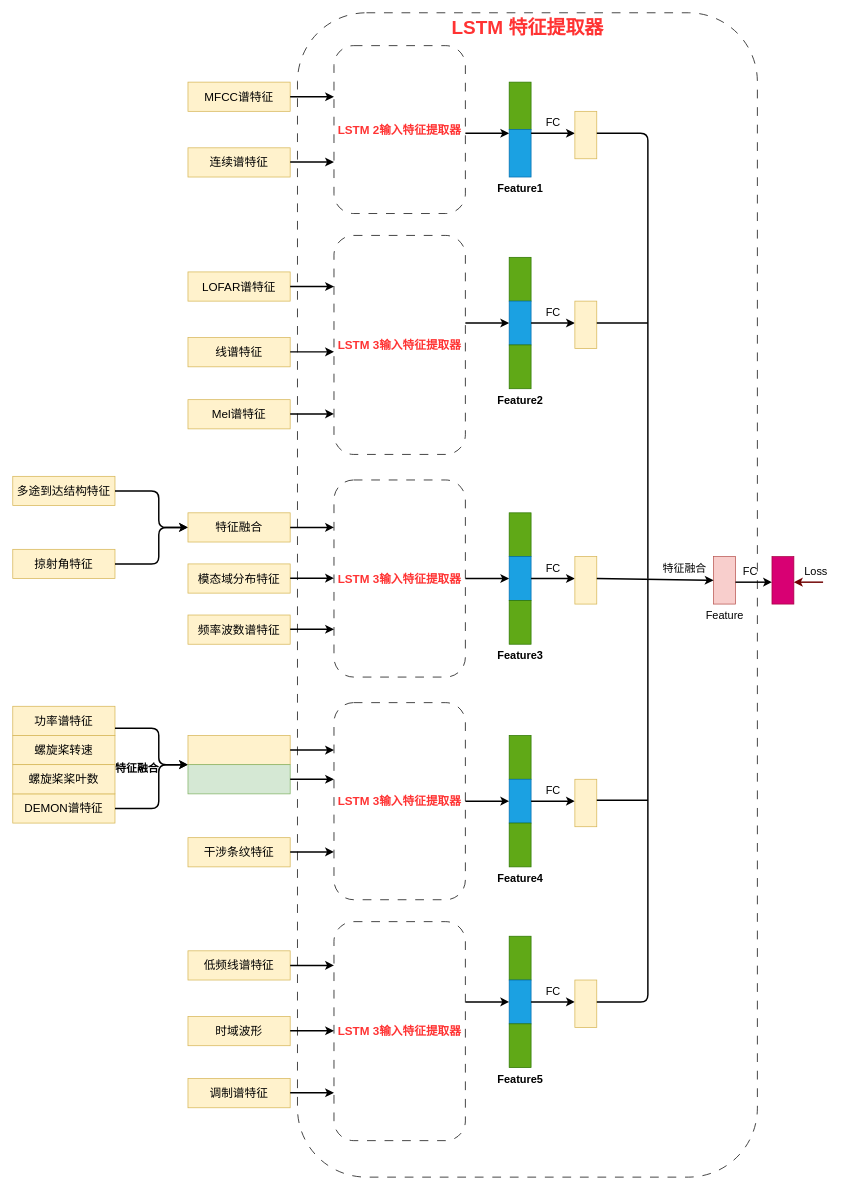
This is page "LSTM 特征提取器" (3 of 3) of 水下目标提取标书/LSTM特征提取.drawio from Corner430/drawio, a draw.io file, before an edit. Source tidied: cells renumbered, new cells numbered last; positions are measured from the earlier drawing's top-left corner, leaving out a move shared by most shapes. Both pictures are drawn from the tidied source at 73%, with x=0, y=0 at pixel (12, 12).
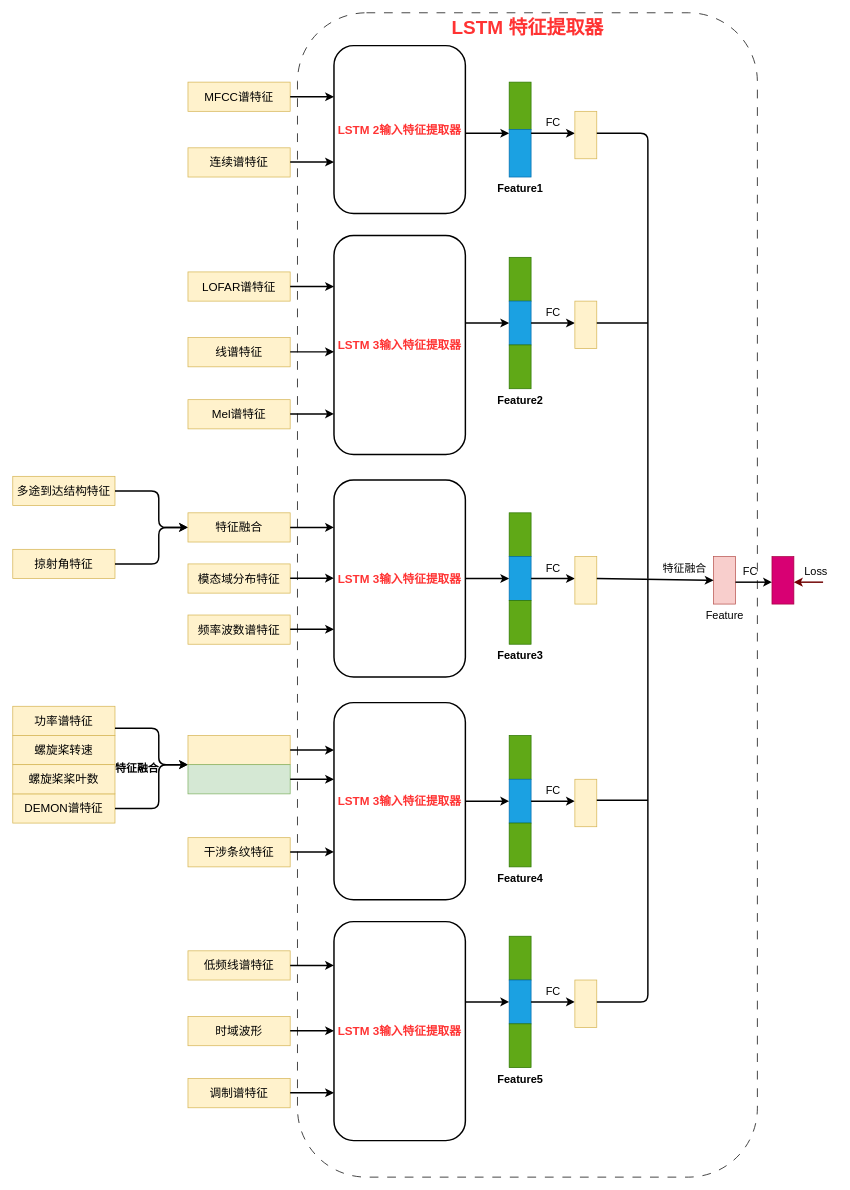
After the change.

Commit message (it also covers changes not shown here):
水下目标提取标书_LSTM特征提取

The edit, as a diff of the source:
```diff
@@
-    <mxCell id="5" value="&lt;font color=&quot;#ff3333&quot; style=&quot;font-size: 16px;&quot;&gt;&lt;b&gt;LSTM 2输入特征提取器&lt;/b&gt;&lt;/font&gt;" style="rounded=1;whiteSpace=wrap;html=1;fontSize=14;glass=0;shadow=0;fillColor=default;strokeColor=default;dashed=1;dashPattern=12 12;" parent="1" vertex="1">
+    <mxCell id="5" value="&lt;font color=&quot;#ff3333&quot; style=&quot;font-size: 16px;&quot;&gt;&lt;b&gt;LSTM 2输入特征提取器&lt;/b&gt;&lt;/font&gt;" style="rounded=1;whiteSpace=wrap;html=1;fontSize=14;glass=0;shadow=0;fillColor=default;strokeColor=default;strokeWidth=2;" parent="1" vertex="1">
       <mxGeometry x="440" y="45" width="180" height="230" as="geometry" />
     </mxCell>
@@
-    <mxCell id="14" value="&lt;font color=&quot;#ff3333&quot; style=&quot;font-size: 16px;&quot;&gt;&lt;b&gt;LSTM 3输入特征提取器&lt;/b&gt;&lt;/font&gt;" style="rounded=1;whiteSpace=wrap;html=1;fontSize=14;glass=0;shadow=0;fillColor=default;strokeColor=default;dashed=1;dashPattern=12 12;" parent="1" vertex="1">
+    <mxCell id="14" value="&lt;font color=&quot;#ff3333&quot; style=&quot;font-size: 16px;&quot;&gt;&lt;b&gt;LSTM 3输入特征提取器&lt;/b&gt;&lt;/font&gt;" style="rounded=1;whiteSpace=wrap;html=1;fontSize=14;glass=0;shadow=0;fillColor=default;strokeColor=default;strokeWidth=2;" parent="1" vertex="1">
       <mxGeometry x="440" y="305" width="180" height="300" as="geometry" />
     </mxCell>
@@
-    <mxCell id="40" value="&lt;font color=&quot;#ff3333&quot; style=&quot;font-size: 16px;&quot;&gt;&lt;b&gt;LSTM 3输入特征提取器&lt;/b&gt;&lt;/font&gt;" style="rounded=1;whiteSpace=wrap;html=1;fontSize=14;glass=0;shadow=0;fillColor=default;strokeColor=default;dashed=1;dashPattern=12 12;" parent="1" vertex="1">
+    <mxCell id="40" value="&lt;font color=&quot;#ff3333&quot; style=&quot;font-size: 16px;&quot;&gt;&lt;b&gt;LSTM 3输入特征提取器&lt;/b&gt;&lt;/font&gt;" style="rounded=1;whiteSpace=wrap;html=1;fontSize=14;glass=0;shadow=0;fillColor=default;strokeColor=default;strokeWidth=2;" parent="1" vertex="1">
       <mxGeometry x="440" y="945" width="180" height="270" as="geometry" />
     </mxCell>
@@
-    <mxCell id="53" value="&lt;font color=&quot;#ff3333&quot; style=&quot;font-size: 16px;&quot;&gt;&lt;b&gt;LSTM 3输入特征提取器&lt;/b&gt;&lt;/font&gt;" style="rounded=1;whiteSpace=wrap;html=1;fontSize=14;glass=0;shadow=0;fillColor=default;strokeColor=default;dashed=1;dashPattern=12 12;" parent="1" vertex="1">
+    <mxCell id="53" value="&lt;font color=&quot;#ff3333&quot; style=&quot;font-size: 16px;&quot;&gt;&lt;b&gt;LSTM 3输入特征提取器&lt;/b&gt;&lt;/font&gt;" style="rounded=1;whiteSpace=wrap;html=1;fontSize=14;glass=0;shadow=0;fillColor=default;strokeColor=default;strokeWidth=2;" parent="1" vertex="1">
       <mxGeometry x="440" y="640" width="180" height="270" as="geometry" />
     </mxCell>
@@
-    <mxCell id="95" value="&lt;font color=&quot;#ff3333&quot; style=&quot;font-size: 16px;&quot;&gt;&lt;b&gt;LSTM 3输入特征提取器&lt;/b&gt;&lt;/font&gt;" style="rounded=1;whiteSpace=wrap;html=1;fontSize=14;glass=0;shadow=0;fillColor=default;strokeColor=default;dashed=1;dashPattern=12 12;" parent="1" vertex="1">
+    <mxCell id="95" value="&lt;font color=&quot;#ff3333&quot; style=&quot;font-size: 16px;&quot;&gt;&lt;b&gt;LSTM 3输入特征提取器&lt;/b&gt;&lt;/font&gt;" style="rounded=1;whiteSpace=wrap;html=1;fontSize=14;glass=0;shadow=0;fillColor=default;strokeColor=default;strokeWidth=2;" parent="1" vertex="1">
       <mxGeometry x="440" y="1245" width="180" height="300" as="geometry" />
     </mxCell>
```
